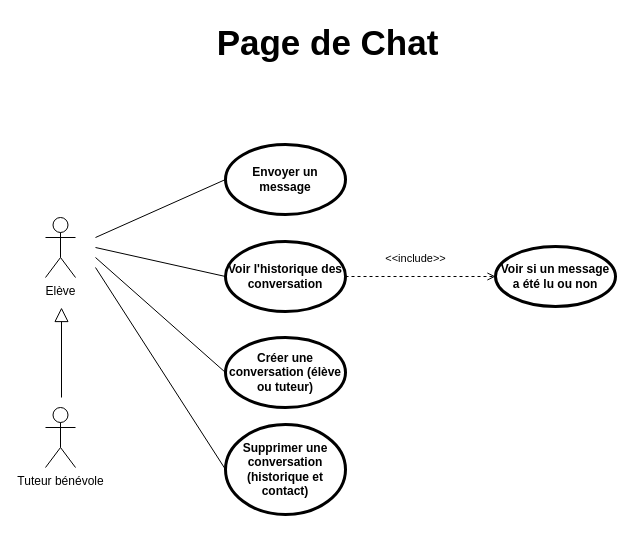
Above: Chat.drawio in aureliegangloff/OC-P7-Learn-Home (draw.io), before the change. Source tidied: cells renumbered, new cells numbered last; positions are measured from the earlier drawing's top-left corner, leaving out a move shared by most shapes. Both pictures are drawn from the tidied source at 100%, with x=0, y=0 at pixel (45, 17).
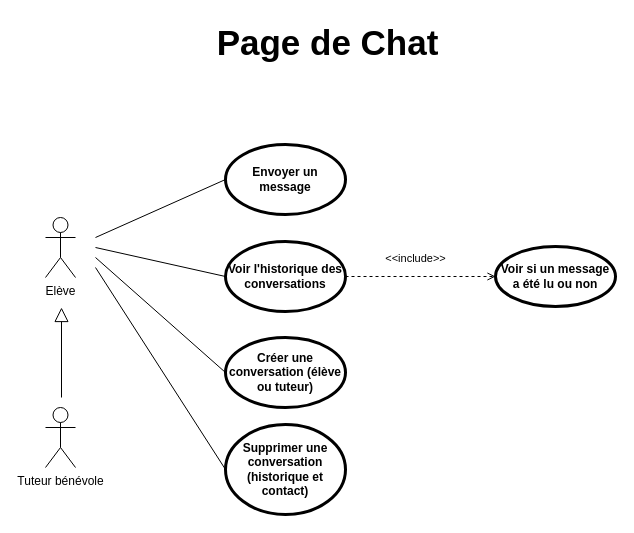
Above is the later version.

Commit message:
Mettre à jour Chat.drawio

The edit, as a diff of the source:
```diff
@@
 <mxGraphModel>
   <root>
     <mxCell id="0" />
     <mxCell id="1" parent="0" />
     <mxCell id="2" value="Page de Chat" style="text;strokeColor=none;fillColor=none;html=1;fontSize=35;fontStyle=1;verticalAlign=middle;align=center;autosizeText=1;" parent="1" vertex="1">
       <mxGeometry x="164" width="236" height="50" as="geometry" />
     </mxCell>
     <mxCell id="3" value="Elève" style="shape=umlActor;html=1;verticalLabelPosition=bottom;verticalAlign=top;align=center;labelPerimeter=1;" parent="1" vertex="1">
       <mxGeometry y="200" width="30" height="60" as="geometry" />
     </mxCell>
     <mxCell id="4" value="Tuteur bénévole" style="shape=umlActor;html=1;verticalLabelPosition=bottom;verticalAlign=top;align=center;labelPerimeter=1;" parent="1" vertex="1">
       <mxGeometry y="390" width="30" height="60" as="geometry" />
     </mxCell>
     <mxCell id="5" value="Envoyer un message" style="shape=ellipse;html=1;strokeWidth=3;fontStyle=1;whiteSpace=wrap;align=center;perimeter=ellipsePerimeter;" parent="1" vertex="1">
       <mxGeometry x="180" y="127" width="120" height="70" as="geometry" />
     </mxCell>
-    <mxCell id="6" value="Voir l'historique des conversation" style="shape=ellipse;html=1;strokeWidth=3;fontStyle=1;whiteSpace=wrap;align=center;perimeter=ellipsePerimeter;" parent="1" vertex="1">
+    <mxCell id="6" value="Voir l'historique des conversations" style="shape=ellipse;html=1;strokeWidth=3;fontStyle=1;whiteSpace=wrap;align=center;perimeter=ellipsePerimeter;" parent="1" vertex="1">
       <mxGeometry x="180" y="224" width="120" height="70" as="geometry" />
     </mxCell>
     <mxCell id="7" value="Créer&lt;span style=&quot;background-color: transparent; color: light-dark(#000000, var(--ge-light-color, #ffffff));&quot;&gt;&amp;nbsp;une conversation (élève ou tuteur)&lt;/span&gt;" style="shape=ellipse;html=1;strokeWidth=3;fontStyle=1;whiteSpace=wrap;align=center;perimeter=ellipsePerimeter;" parent="1" vertex="1">
       <mxGeometry x="180" y="320" width="120" height="70" as="geometry" />
     </mxCell>
     <mxCell id="8" value="Supprimer une conversation (historique et contact)" style="shape=ellipse;html=1;strokeWidth=3;fontStyle=1;whiteSpace=wrap;align=center;perimeter=ellipsePerimeter;" parent="1" vertex="1">
       <mxGeometry x="180" y="407" width="120" height="90" as="geometry" />
     </mxCell>
     <mxCell id="9" value="Voir si un message a été lu ou non" style="shape=ellipse;html=1;strokeWidth=3;fontStyle=1;whiteSpace=wrap;align=center;perimeter=ellipsePerimeter;" parent="1" vertex="1">
       <mxGeometry x="450" y="229" width="120" height="60" as="geometry" />
     </mxCell>
     <mxCell id="10" style="edgeStyle=none;html=1;endArrow=none;endFill=0;endSize=12;verticalAlign=bottom;rounded=0;defaultLabelBackgroundColor=page;entryX=0;entryY=0.5;entryDx=0;entryDy=0;" parent="1" edge="1" target="5">
       <mxGeometry relative="1" as="geometry">
         <mxPoint x="50" y="220" as="sourcePoint" />
       </mxGeometry>
     </mxCell>
     <mxCell id="11" style="edgeStyle=none;html=1;endArrow=none;endFill=0;endSize=12;verticalAlign=bottom;rounded=0;defaultLabelBackgroundColor=page;entryX=0;entryY=0.5;entryDx=0;entryDy=0;" parent="1" edge="1" target="6">
       <mxGeometry relative="1" as="geometry">
         <mxPoint x="50" y="230" as="sourcePoint" />
       </mxGeometry>
     </mxCell>
     <mxCell id="12" style="edgeStyle=none;html=1;endArrow=none;endFill=0;endSize=12;verticalAlign=bottom;rounded=0;defaultLabelBackgroundColor=page;entryX=0;entryY=0.5;entryDx=0;entryDy=0;" parent="1" edge="1" target="7">
       <mxGeometry relative="1" as="geometry">
         <mxPoint x="50" y="240" as="sourcePoint" />
       </mxGeometry>
     </mxCell>
     <mxCell id="13" style="edgeStyle=none;html=1;endArrow=none;endFill=0;endSize=12;verticalAlign=bottom;rounded=0;defaultLabelBackgroundColor=page;entryX=0;entryY=0.5;entryDx=0;entryDy=0;" parent="1" edge="1" target="8">
       <mxGeometry relative="1" as="geometry">
         <mxPoint x="50" y="250" as="sourcePoint" />
       </mxGeometry>
     </mxCell>
     <mxCell id="14" value="&amp;lt;&amp;lt;include&amp;gt;&amp;gt;" style="edgeStyle=none;html=1;endArrow=open;verticalAlign=bottom;dashed=1;labelBackgroundColor=none;rounded=0;defaultLabelBackgroundColor=page;exitX=1;exitY=0.5;exitDx=0;exitDy=0;" parent="1" edge="1" source="6" target="9">
       <mxGeometry x="-0.07" y="9" relative="1" as="geometry" />
     </mxCell>
     <mxCell id="15" style="edgeStyle=none;html=1;endArrow=block;endFill=0;endSize=12;verticalAlign=bottom;rounded=0;defaultLabelBackgroundColor=page;" parent="1" edge="1">
       <mxGeometry relative="1" as="geometry">
         <mxPoint x="16" y="380" as="sourcePoint" />
         <mxPoint x="16" y="290" as="targetPoint" />
       </mxGeometry>
     </mxCell>
   </root>
 </mxGraphModel>
```
